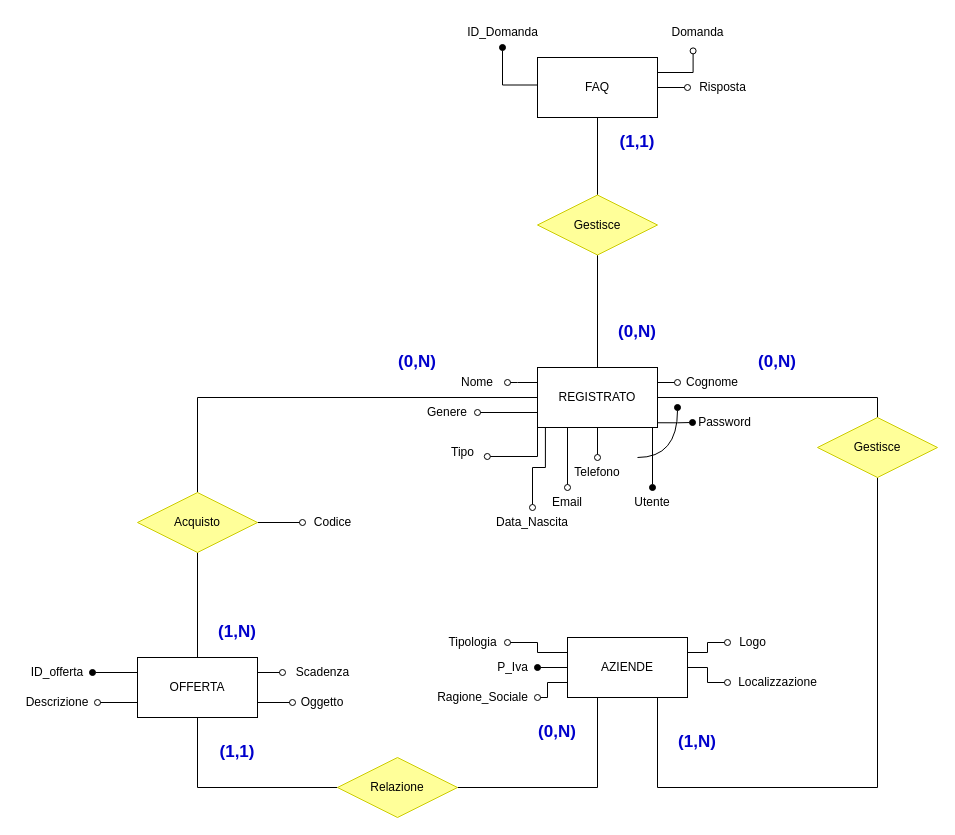
This is Schemi/Schema_DB/DB_Progetto.drawio from MatteoSeresi/ProgettoWeb16, a draw.io file, before an edit. Source tidied: cells renumbered, new cells numbered last; positions are measured from the earlier drawing's top-left corner, leaving out a move shared by most shapes. Both pictures are drawn from the tidied source at 100%, with x=0, y=0 at pixel (17, 17).
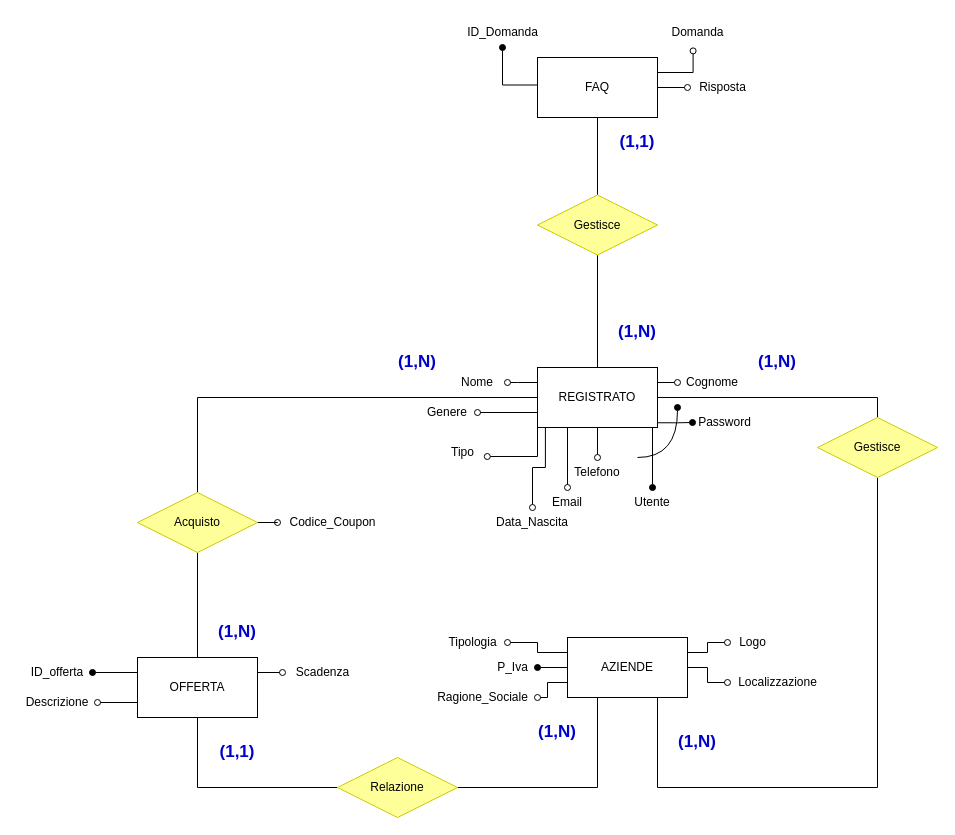
After the change.

Unchanged cells that the change refers to:
```xml
<mxCell id="27" value="OFFERTA" style="rounded=0;whiteSpace=wrap;html=1;" parent="1" vertex="1">
  <mxGeometry x="120" y="640" width="120" height="60" as="geometry" />
</mxCell>
```

What changed in the source:
```diff
@@
-    <mxCell id="24" style="edgeStyle=orthogonalEdgeStyle;rounded=0;jettySize=auto;html=1;exitX=1;exitY=0.75;exitDx=0;exitDy=0;endArrow=oval;endFill=0;" parent="1" edge="1" source="27" target="28">
-      <mxGeometry relative="1" as="geometry" />
-    </mxCell>
@@
-    <mxCell id="28" value="Oggetto" style="text;html=1;strokeColor=none;fillColor=none;align=center;verticalAlign=middle;whiteSpace=wrap;rounded=0;" parent="1" vertex="1">
-      <mxGeometry x="275" y="670" width="60" height="30" as="geometry" />
-    </mxCell>
@@
-    <mxCell id="36" value="Codice" style="text;html=1;align=center;verticalAlign=middle;points=[];strokeColor=none;fillColor=none;" parent="1" vertex="1">
-      <mxGeometry x="285" y="490" width="60" height="30" as="geometry" />
+    <mxCell id="36" value="Codice_Coupon" style="text;html=1;align=center;verticalAlign=middle;points=[];strokeColor=none;fillColor=none;" parent="1" vertex="1">
+      <mxGeometry x="260" y="490" width="110" height="30" as="geometry" />
     </mxCell>
@@
-    <mxCell id="64" value="(0,N)" style="text;html=1;strokeColor=none;fillColor=none;align=center;verticalAlign=middle;whiteSpace=wrap;rounded=0;fontColor=#0000CC;fontSize=17;fontStyle=1;" parent="1" vertex="1">
+    <mxCell id="64" value="(1,N)" style="text;html=1;strokeColor=none;fillColor=none;align=center;verticalAlign=middle;whiteSpace=wrap;rounded=0;fontColor=#0000CC;fontSize=17;fontStyle=1;" parent="1" vertex="1">
       <mxGeometry x="370" y="330" width="60" height="30" as="geometry" />
     </mxCell>
-    <mxCell id="65" value="(0,N)" style="text;html=1;strokeColor=none;fillColor=none;align=center;verticalAlign=middle;whiteSpace=wrap;rounded=0;fontColor=#0000CC;fontSize=17;fontStyle=1;" parent="1" vertex="1">
+    <mxCell id="65" value="(1,N)" style="text;html=1;strokeColor=none;fillColor=none;align=center;verticalAlign=middle;whiteSpace=wrap;rounded=0;fontColor=#0000CC;fontSize=17;fontStyle=1;" parent="1" vertex="1">
       <mxGeometry x="730" y="330" width="60" height="30" as="geometry" />
     </mxCell>
@@
-    <mxCell id="67" value="(0,N)" style="text;html=1;strokeColor=none;fillColor=none;align=center;verticalAlign=middle;whiteSpace=wrap;rounded=0;fontColor=#0000CC;fontSize=17;fontStyle=1;" parent="1" vertex="1">
+    <mxCell id="67" value="(1,N)" style="text;html=1;strokeColor=none;fillColor=none;align=center;verticalAlign=middle;whiteSpace=wrap;rounded=0;fontColor=#0000CC;fontSize=17;fontStyle=1;" parent="1" vertex="1">
       <mxGeometry x="510" y="700" width="60" height="30" as="geometry" />
     </mxCell>
@@
-    <mxCell id="69" value="(0,N)" style="text;html=1;strokeColor=none;fillColor=none;align=center;verticalAlign=middle;whiteSpace=wrap;rounded=0;fontColor=#0000CC;fontSize=17;fontStyle=1;" parent="1" vertex="1">
+    <mxCell id="69" value="(1,N)" style="text;html=1;strokeColor=none;fillColor=none;align=center;verticalAlign=middle;whiteSpace=wrap;rounded=0;fontColor=#0000CC;fontSize=17;fontStyle=1;" parent="1" vertex="1">
       <mxGeometry x="590" y="300" width="60" height="30" as="geometry" />
     </mxCell>
```
